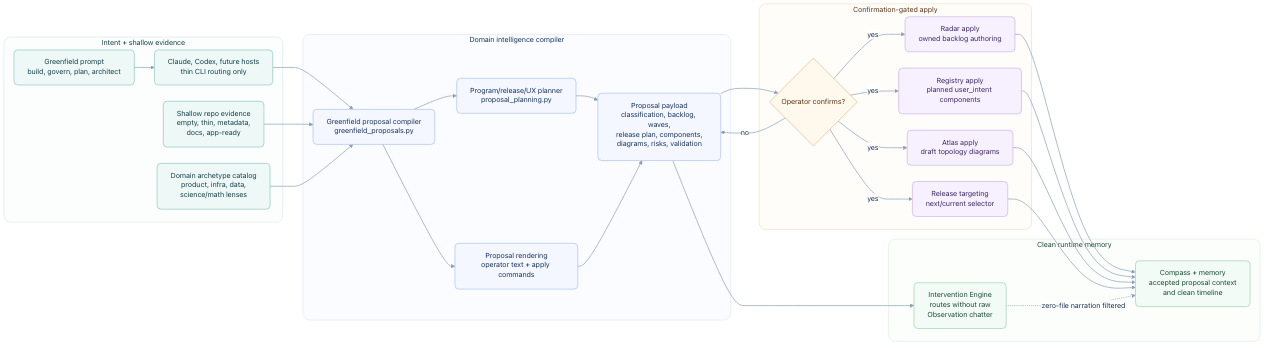
Above: odylith/atlas/source/domain-intelligence-greenfield-governance.png in odylith/odylith (Mermaid), before the change. Its source is kept beside it as odylith/atlas/source/domain-intelligence-greenfield-governance.mmd.
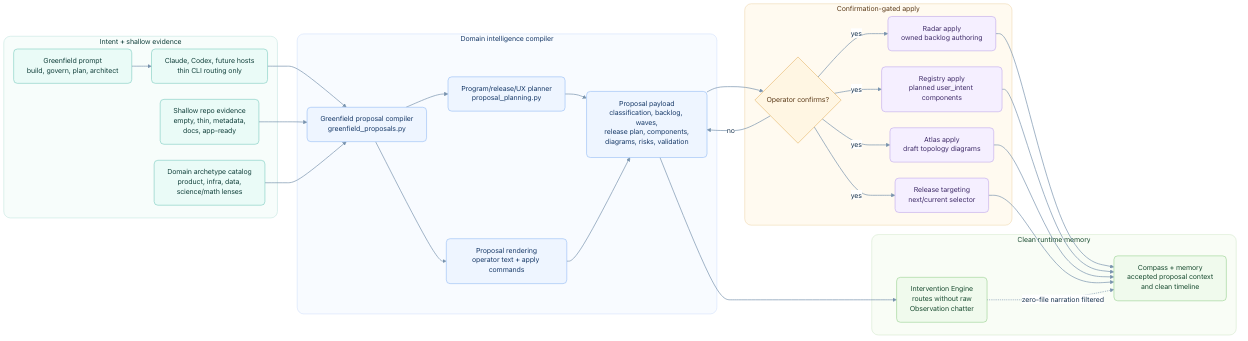
Above is the later version.

What changed in the source:
```diff
@@ -49,19 +49,19 @@
     release --> compass
     intervention -. "zero-file narration filtered" .-> compass
 
-    classDef input fill:#eef8f7,stroke:#7bbdb6,color:#123f46,stroke-width:1.2px;
-    classDef intelligence fill:#f4f7ff,stroke:#9bb8e8,color:#17345d,stroke-width:1.2px;
-    classDef decision fill:#fff8ed,stroke:#e8b477,color:#5a3514,stroke-width:1.3px;
-    classDef apply fill:#f6f0ff,stroke:#c4a7e7,color:#3c2865,stroke-width:1.2px;
-    classDef memory fill:#f3fbf6,stroke:#8fc9a3,color:#164b31,stroke-width:1.2px;
+    classDef input fill:#eafbf7,stroke:#78c9bd,color:#103f3a,stroke-width:1.2px;
+    classDef intelligence fill:#eef5ff,stroke:#91b9f4,color:#183a68,stroke-width:1.2px;
+    classDef decision fill:#fff6e3,stroke:#e7b96f,color:#5b3a18,stroke-width:1.3px;
+    classDef apply fill:#f5efff,stroke:#bea5ea,color:#3f2b68,stroke-width:1.2px;
+    classDef memory fill:#f0faed,stroke:#95cf8c,color:#174a2f,stroke-width:1.2px;
     class prompt,host,source,catalog input;
     class compiler,planning,rendering,proposal intelligence;
     class confirm decision;
     class radar,registry,atlas,release apply;
     class intervention,compass memory;
 
-    style intent_lane fill:#fbfefd,stroke:#c8e4df,stroke-width:1px,color:#123f46
-    style reasoning_lane fill:#fbfcff,stroke:#d5e0f5,stroke-width:1px,color:#17345d
-    style confirmation_lane fill:#fffdfa,stroke:#f0d4a4,stroke-width:1px,color:#5a3514
-    style memory_lane fill:#fbfefb,stroke:#cfe8d7,stroke-width:1px,color:#164b31
-    linkStyle default stroke:#8aa0b5,stroke-width:1.45px
+    style intent_lane fill:#f7fdfb,stroke:#b8e1db,stroke-width:1px,color:#103f3a
+    style reasoning_lane fill:#f8fbff,stroke:#c9dafa,stroke-width:1px,color:#183a68
+    style confirmation_lane fill:#fffaf0,stroke:#ebd0a0,stroke-width:1px,color:#5b3a18
+    style memory_lane fill:#f9fdf6,stroke:#cbe4c3,stroke-width:1px,color:#174a2f
+    linkStyle default stroke:#7893ad,stroke-width:1.45px
```
